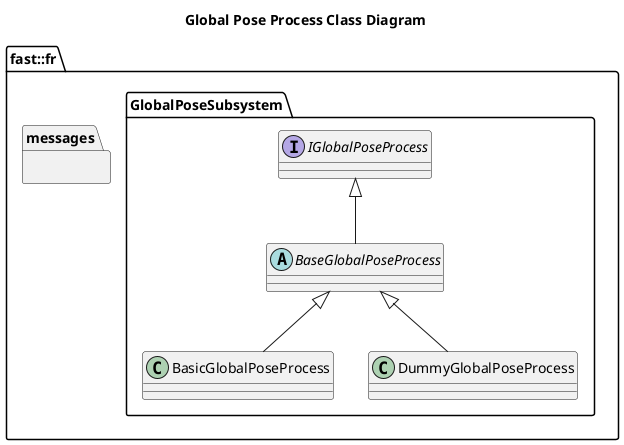
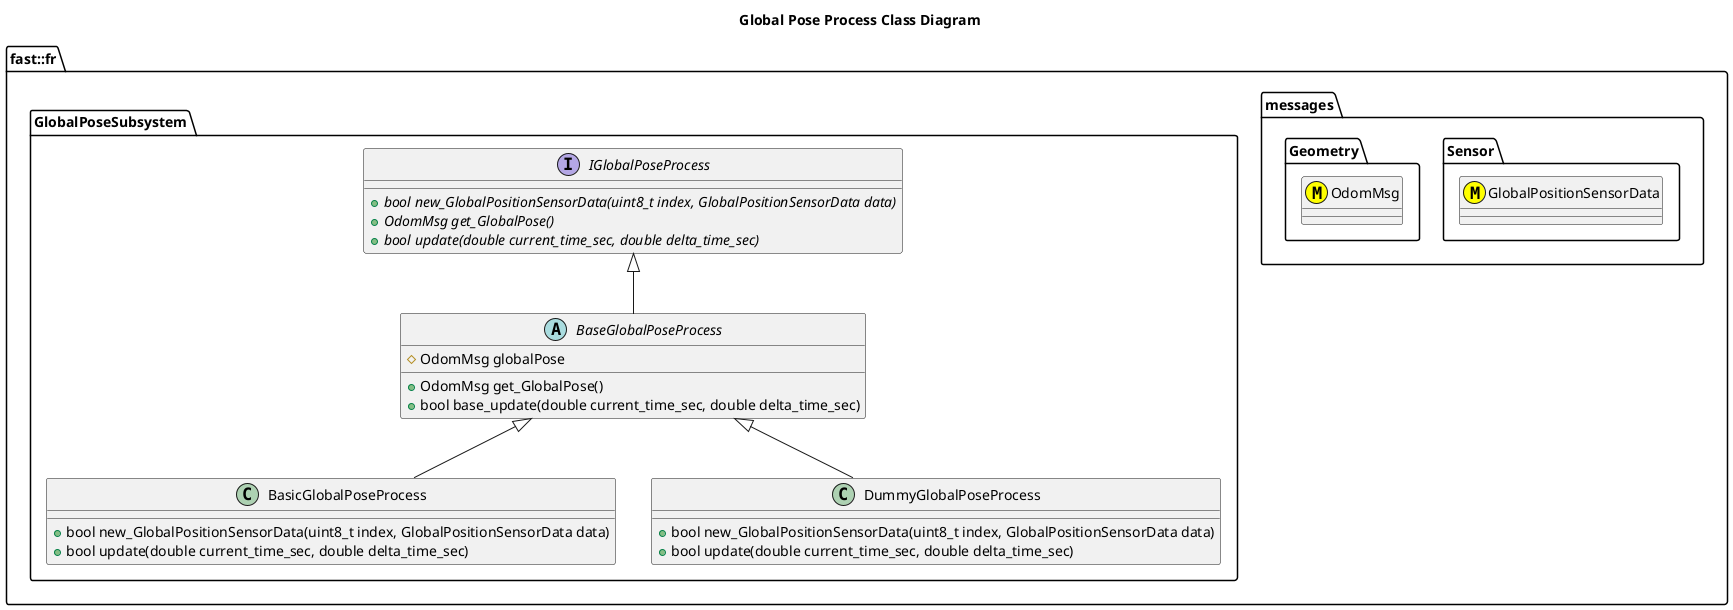
@startuml
title Global Pose Process Class Diagram

namespace fast::fr {
  namespace messages {
- 
+     namespace Sensor {
+       class GlobalPositionSensorData <<(M,#FFFF00)>>
+     }
+     namespace Geometry {
+       class OdomMsg <<(M,#FFFF00)>>
+     }
  }
  namespace GlobalPoseSubsystem {
      interface IGlobalPoseProcess {
- 
+         +{abstract} bool new_GlobalPositionSensorData(uint8_t index, GlobalPositionSensorData data)
+         +{abstract} OdomMsg get_GlobalPose()
+         +{abstract} bool update(double current_time_sec, double delta_time_sec)
      }
      abstract BaseGlobalPoseProcess {
+         +OdomMsg get_GlobalPose()
+         +bool base_update(double current_time_sec, double delta_time_sec)
+         #OdomMsg globalPose

      }
      BaseGlobalPoseProcess -up-|> IGlobalPoseProcess
      class BasicGlobalPoseProcess {
- 
+         +bool new_GlobalPositionSensorData(uint8_t index, GlobalPositionSensorData data)
+         +bool update(double current_time_sec, double delta_time_sec)
      }
      BasicGlobalPoseProcess -up-|> BaseGlobalPoseProcess
      class DummyGlobalPoseProcess {
- 
+         +bool new_GlobalPositionSensorData(uint8_t index, GlobalPositionSensorData data)
+         +bool update(double current_time_sec, double delta_time_sec)
      }
      DummyGlobalPoseProcess -up-|> BaseGlobalPoseProcess
  }
}
@enduml